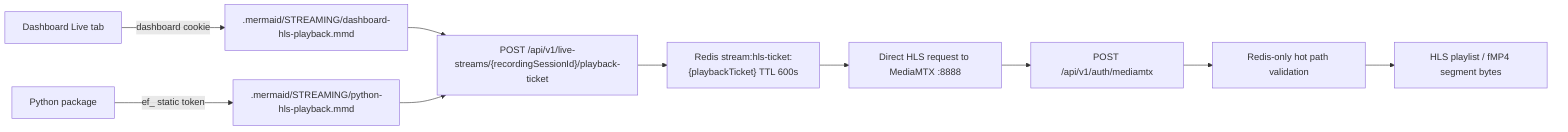
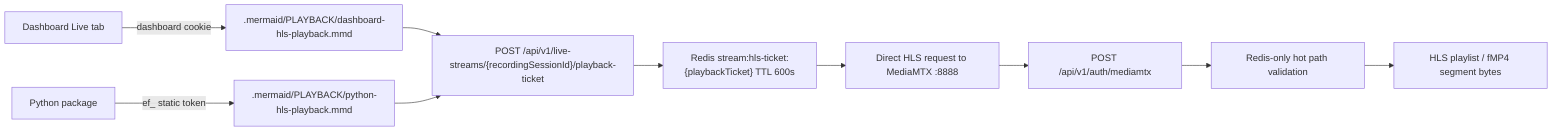
flowchart LR
-   Dashboard["Dashboard Live tab"] -->|"dashboard cookie"| DashboardDoc[".mermaid/STREAMING/dashboard-hls-playback.mmd"]
-   Python["Python package"] -->|"ef_ static token"| PythonDoc[".mermaid/STREAMING/python-hls-playback.mmd"]
+   Dashboard["Dashboard Live tab"] -->|"dashboard cookie"| DashboardDoc[".mermaid/PLAYBACK/dashboard-hls-playback.mmd"]
+   Python["Python package"] -->|"ef_ static token"| PythonDoc[".mermaid/PLAYBACK/python-hls-playback.mmd"]

  DashboardDoc --> Ticket["POST /api/v1/live-streams/{recordingSessionId}/playback-ticket"]
  PythonDoc --> Ticket
  Ticket --> RedisTicket["Redis stream:hls-ticket:{playbackTicket} TTL 600s"]

  RedisTicket --> HLS["Direct HLS request to MediaMTX :8888"]
  HLS --> Auth["POST /api/v1/auth/mediamtx"]
  Auth --> RedisOnly["Redis-only hot path validation"]
  RedisOnly --> Media["HLS playlist / fMP4 segment bytes"]

%% 참고:
%% 이 문서는 HLS playback의 공통 진입점만 보여준다.
- %% Dashboard 상세 흐름은 .mermaid/STREAMING/dashboard-hls-playback.mmd를 본다.
- %% Python 상세 흐름은 .mermaid/STREAMING/python-hls-playback.mmd를 본다.
+ %% Dashboard 상세 흐름은 .mermaid/PLAYBACK/dashboard-hls-playback.mmd를 본다.
+ %% Python 상세 흐름은 .mermaid/PLAYBACK/python-hls-playback.mmd를 본다.
%% HLS playback은 Caddy /hls proxy 또는 Caddy forward_auth를 사용하지 않는다.
%% client는 live API가 준 stream_path와 playback_ticket으로 native MediaMTX URL을 직접 만든다.
%% URL 형식은 http://{serverHost}:8888/{stream_path}/index.m3u8?ticket={playback_ticket}&user_id={viewer_user_id} 이다.
%% MediaMTX authHTTPAddress는 단일 endpoint /api/v1/auth/mediamtx 이다.
- %% /api/v1/auth/mediamtx는 action=publish를 publish ticket으로, action=read|playback + protocol=hls를 playback ticket으로 분기한다.
- %% HLS auth hot path는 DB를 조회하지 않고 stream:hls-ticket:{ticketId}, ticket.userId, query.user_id, stream:recording:{recordingSessionId}만 검증한다.
+ %% /api/v1/auth/mediamtx는 action=publish를 publish ticket으로, action=read + protocol=hls를 playback ticket으로 분기한다.
+ %% HLS auth hot path는 DB를 조회하지 않고 stream:hls-ticket:{ticketId}, ticket.userId, query.user_id, ticket.streamPath, stream:recording:{recordingSessionId}만 검증한다.
%% playback ticket 발급은 Dashboard와 Python client만 허용한다. App JWT는 live list/detail 조회에는 쓸 수 있지만 playback ticket 발급에는 쓸 수 없다.
